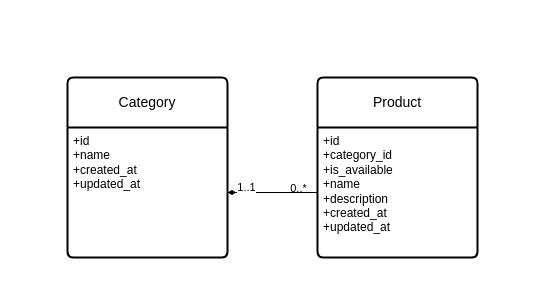
Before: data-architecure.drawio in gustavoc0imbra/petshop-seuamigao, a draw.io diagram. Source tidied: cells renumbered, new cells numbered last; positions are measured from the earlier drawing's top-left corner, leaving out a move shared by most shapes. Both pictures are drawn from the tidied source at 100%, with x=0, y=0 at pixel (67, 77).
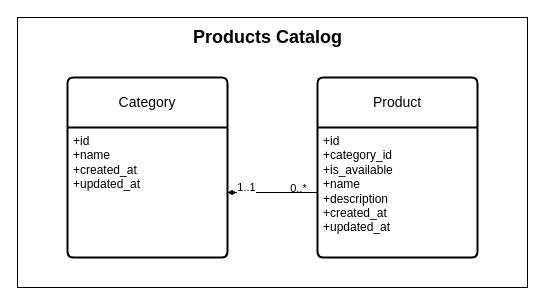
Above is the later version.

Commit message (it also covers changes not shown here):
Products catalog v0

Diff of the diagram source:
```diff
@@
 <mxGraphModel>
   <root>
     <mxCell id="0" />
     <mxCell id="1" parent="0" />
+    <mxCell id="10" style="rounded=0;whiteSpace=wrap;html=1;" parent="1" vertex="1">
+      <mxGeometry x="-50" y="-60" width="510" height="270" as="geometry" />
+    </mxCell>
     <mxCell id="2" value="Product" style="swimlane;horizontal=1;startSize=50;rounded=1;fontSize=14;fontStyle=0;strokeWidth=2;shadow=0;dashed=0;align=center;arcSize=4;whiteSpace=wrap;html=1;" parent="1" vertex="1">
       <mxGeometry x="250" width="160" height="180" as="geometry" />
     </mxCell>
     <mxCell id="3" value="+id&lt;div&gt;+category_id&lt;br&gt;+is_available&lt;br&gt;+name&lt;br&gt;+description&lt;div&gt;+created_at&lt;/div&gt;&lt;div&gt;+updated_at&lt;/div&gt;&lt;/div&gt;" style="align=left;strokeColor=none;fillColor=none;spacingLeft=4;spacingRight=4;fontSize=12;verticalAlign=top;html=1;whiteSpace=wrap;" parent="2" vertex="1">
       <mxGeometry y="50" width="160" height="130" as="geometry" />
     </mxCell>
     <mxCell id="4" value="Category" style="swimlane;horizontal=1;startSize=50;rounded=1;fontSize=14;fontStyle=0;strokeWidth=2;shadow=0;dashed=0;align=center;arcSize=4;whiteSpace=wrap;html=1;" parent="1" vertex="1">
       <mxGeometry width="160" height="180" as="geometry" />
     </mxCell>
     <mxCell id="5" value="+id&lt;div&gt;+name&lt;br&gt;&lt;div&gt;+created_at&lt;/div&gt;&lt;div&gt;+updated_at&lt;/div&gt;&lt;/div&gt;" style="align=left;strokeColor=none;fillColor=none;spacingLeft=4;spacingRight=4;fontSize=12;verticalAlign=top;html=1;whiteSpace=wrap;" parent="4" vertex="1">
       <mxGeometry y="50" width="160" height="130" as="geometry" />
     </mxCell>
     <mxCell id="6" style="edgeStyle=orthogonalEdgeStyle;rounded=0;jettySize=auto;html=1;endArrow=none;startFill=0;" parent="1" edge="1" source="5" target="3">
       <mxGeometry relative="1" as="geometry" />
     </mxCell>
     <mxCell id="7" value="0..*" style="edgeLabel;html=1;align=center;verticalAlign=middle;" parent="6" vertex="1">
       <mxGeometry x="0.44" y="-1" relative="1" as="geometry">
         <mxPoint x="5" y="-6" as="offset" />
       </mxGeometry>
     </mxCell>
     <mxCell id="8" style="edgeStyle=orthogonalEdgeStyle;rounded=0;jettySize=auto;html=1;endArrow=diamondThin;startFill=0;startArrow=none;endFill=1;" parent="1" edge="1" source="3" target="5">
       <mxGeometry relative="1" as="geometry" />
     </mxCell>
     <mxCell id="9" value="1..1" style="edgeLabel;html=1;align=center;verticalAlign=middle;" parent="1" vertex="1">
       <mxGeometry x="190" y="110" as="geometry">
         <mxPoint x="-12" y="-1" as="offset" />
       </mxGeometry>
     </mxCell>
+    <mxCell id="11" value="Products Catalog" style="text;html=1;align=center;verticalAlign=middle;strokeColor=none;fillColor=none;fontSize=18;fontStyle=1;" parent="1" vertex="1">
+      <mxGeometry x="120" y="-60" width="160" height="40" as="geometry" />
+    </mxCell>
   </root>
 </mxGraphModel>
```
